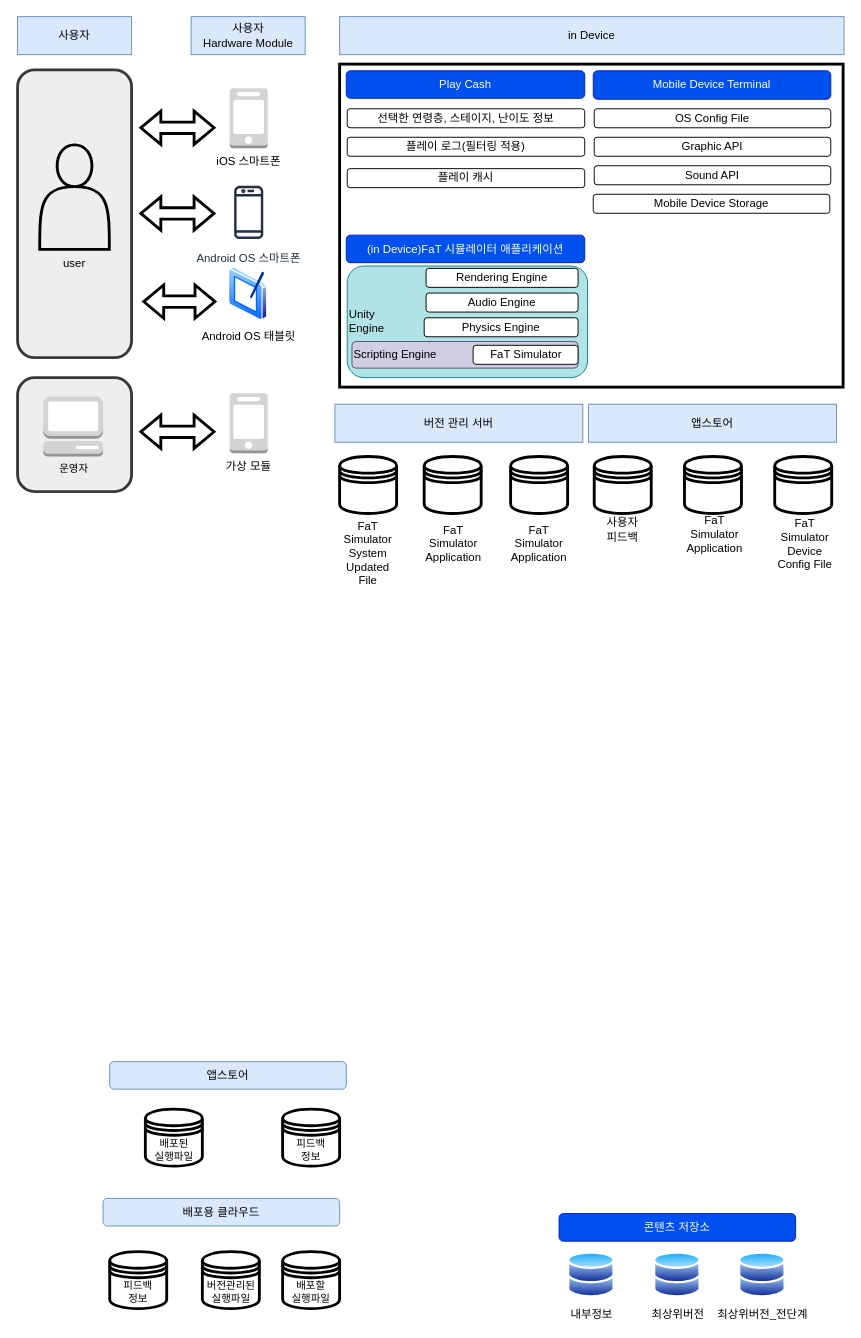
Earlier version of the draw.io diagram page "Page-1" (1 of 7) of Copy of 시스템구조도.drawio (StrongCatWill/FaT). Source tidied: cells renumbered, new cells numbered last; positions are measured from the earlier drawing's top-left corner, leaving out a move shared by most shapes. Both pictures are drawn from the tidied source at 95%, with x=0, y=0 at pixel (17, 16).
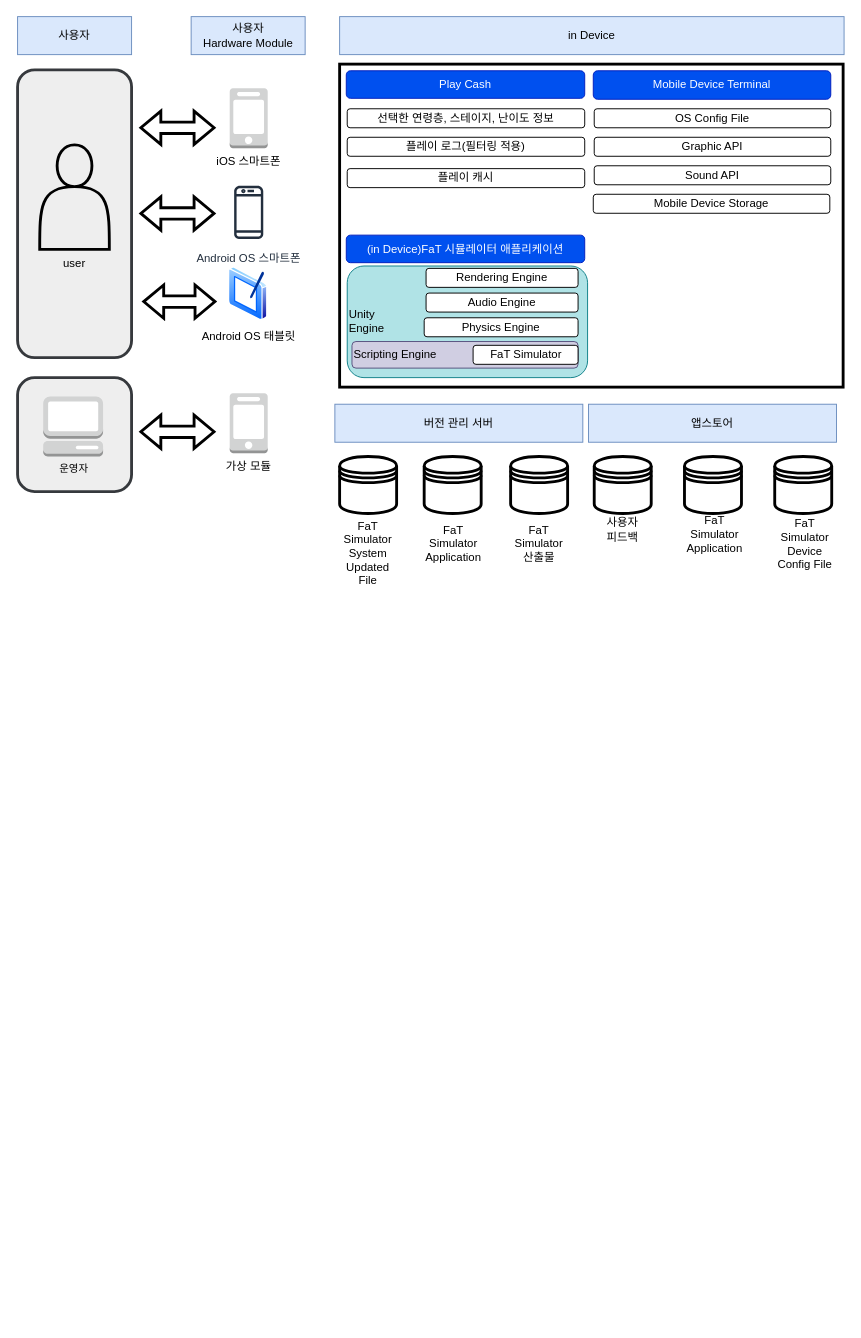
Above is the later version.

Diff of the diagram source:
```diff
@@
-    <mxCell id="7" value="콘텐츠 저장소" style="rounded=1;whiteSpace=wrap;html=1;fillColor=#0050ef;strokeColor=#001DBC;fontColor=#ffffff;" parent="1" vertex="1">
-      <mxGeometry x="570" y="1260" width="249" height="29" as="geometry" />
-    </mxCell>
-    <mxCell id="8" value="최상위버전&lt;br&gt;" style="image;perimeter=ellipsePerimeter;html=1;align=center;shadow=0;dashed=0;spacingTop=3;image=img/lib/active_directory/databases.svg;" parent="1" vertex="1">
-      <mxGeometry x="669.5" y="1300" width="50" height="49" as="geometry" />
-    </mxCell>
@@
-    <mxCell id="13" value="내부정보" style="image;perimeter=ellipsePerimeter;html=1;align=center;shadow=0;dashed=0;spacingTop=3;image=img/lib/active_directory/databases.svg;" parent="1" vertex="1">
-      <mxGeometry x="579" y="1300" width="50" height="49" as="geometry" />
-    </mxCell>
-    <mxCell id="14" value="최상위버전_전단계" style="image;perimeter=ellipsePerimeter;html=1;align=center;shadow=0;dashed=0;spacingTop=3;image=img/lib/active_directory/databases.svg;" parent="1" vertex="1">
-      <mxGeometry x="759" y="1300" width="50" height="49" as="geometry" />
-    </mxCell>
@@
-    <mxCell id="18" value="피드백&lt;br&gt;정보" style="shape=datastore;whiteSpace=wrap;html=1;fontFamily=Helvetica;fontSize=11;fontColor=default;strokeWidth=3;" parent="1" vertex="1">
-      <mxGeometry x="279" y="1150" width="60" height="60" as="geometry" />
-    </mxCell>
@@
-    <mxCell id="20" value="앱스토어" style="rounded=1;whiteSpace=wrap;html=1;fillColor=#dae8fc;strokeColor=#6c8ebf;" parent="1" vertex="1">
-      <mxGeometry x="97" y="1100" width="249" height="29" as="geometry" />
-    </mxCell>
-    <mxCell id="21" value="배포된&lt;br&gt;실행파일" style="shape=datastore;whiteSpace=wrap;html=1;fontFamily=Helvetica;fontSize=11;fontColor=default;strokeWidth=3;" parent="1" vertex="1">
-      <mxGeometry x="134.5" y="1150" width="60" height="60" as="geometry" />
-    </mxCell>
-    <mxCell id="22" value="배포용 클라우드" style="rounded=1;whiteSpace=wrap;html=1;fillColor=#dae8fc;strokeColor=#6c8ebf;" parent="1" vertex="1">
-      <mxGeometry x="90" y="1244" width="249" height="29" as="geometry" />
-    </mxCell>
-    <mxCell id="23" value="피드백&lt;br&gt;정보" style="shape=datastore;whiteSpace=wrap;html=1;fontFamily=Helvetica;fontSize=11;fontColor=default;strokeWidth=3;" parent="1" vertex="1">
-      <mxGeometry x="97" y="1300" width="60" height="60" as="geometry" />
-    </mxCell>
-    <mxCell id="24" value="버전관리된&lt;br&gt;실행파일" style="shape=datastore;whiteSpace=wrap;html=1;fontFamily=Helvetica;fontSize=11;fontColor=default;strokeWidth=3;" parent="1" vertex="1">
-      <mxGeometry x="194.5" y="1300" width="60" height="60" as="geometry" />
-    </mxCell>
-    <mxCell id="25" value="배포할 &lt;br&gt;실행파일" style="shape=datastore;whiteSpace=wrap;html=1;fontFamily=Helvetica;fontSize=11;fontColor=default;strokeWidth=3;" parent="1" vertex="1">
-      <mxGeometry x="279" y="1300" width="60" height="60" as="geometry" />
-    </mxCell>
@@
-    <mxCell id="62" value="FaT&lt;br&gt;Simulator&lt;br&gt;Application" style="text;html=1;strokeColor=none;fillColor=none;align=center;verticalAlign=middle;whiteSpace=wrap;rounded=0;fontSize=12;fontFamily=Helvetica;fontColor=default;" parent="1" vertex="1">
+    <mxCell id="62" value="FaT&lt;br&gt;Simulator&lt;br&gt;산출물" style="text;html=1;strokeColor=none;fillColor=none;align=center;verticalAlign=middle;whiteSpace=wrap;rounded=0;fontSize=12;fontFamily=Helvetica;fontColor=default;" parent="1" vertex="1">
       <mxGeometry x="519" y="540" width="60" height="30" as="geometry" />
     </mxCell>
```
